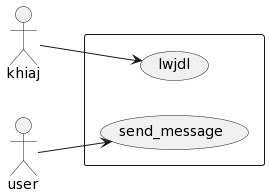
Above: uml_converter/app/templates/puml.png in ashwinkrishna979/uml_generator (PlantUML), before the change.
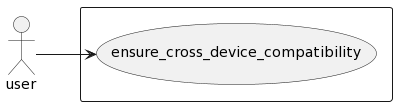
After the commit.

The edit, as a diff of the source:
```diff
@@ -1,11 +1,8 @@
 @startuml
 left to right direction
-actor khiaj as f0
-actor user as f1
+actor user as f0
 rectangle {
-usecase send_message as u0
-usecase lwjdl as u1
+usecase ensure_cross_device_compatibility as u0
 }
-f1 --> u0
-f0 --> u1
+f0 --> u0
 @enduml
```
